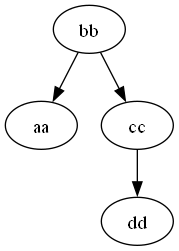
Before: pruebas/avl_usuarios.png, a diagram exported from Graphviz (matiuuh/-EDD-Proyecto1_202203009). Its source is kept beside it as pruebas/avl_usuarios.dot.
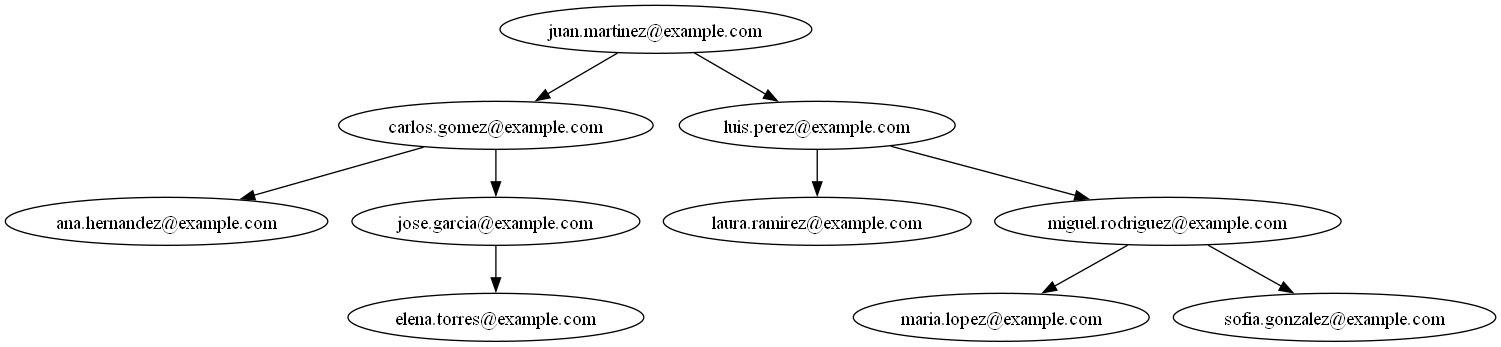
After the change.

What changed in the source:
```diff
@@ -1,9 +1,21 @@
 digraph G {
-Nodo0x297ad5a6e40[label = "bb"];
-Nodo0x297ad5a6e40->Nodo0x297ad5a6a80;
-Nodo0x297ad5a6e40->Nodo0x297ad5a6fc0;
-Nodo0x297ad5a6a80[label = "aa"];
-Nodo0x297ad5a6fc0[label = "cc"];
-Nodo0x297ad5a6fc0->Nodo0x297ad5a7230;
-Nodo0x297ad5a7230[label = "dd"];
+Nodo0x295976b5180[label = "juan.martinez@example.com"];
+Nodo0x295976b5180->Nodo0x295976b4b80;
+Nodo0x295976b5180->Nodo0x295976b4fa0;
+Nodo0x295976b4b80[label = "carlos.gomez@example.com"];
+Nodo0x295976b4b80->Nodo0x295976b52a0;
+Nodo0x295976b4b80->Nodo0x295976b52d0;
+Nodo0x295976b52a0[label = "ana.hernandez@example.com"];
+Nodo0x295976b52d0[label = "jose.garcia@example.com"];
+Nodo0x295976b52d0->Nodo0x295976b5210;
+Nodo0x295976b5210[label = "elena.torres@example.com"];
+Nodo0x295976b4fa0[label = "luis.perez@example.com"];
+Nodo0x295976b4fa0->Nodo0x295976b5150;
+Nodo0x295976b4fa0->Nodo0x295976b4c40;
+Nodo0x295976b5150[label = "laura.ramirez@example.com"];
+Nodo0x295976b4c40[label = "miguel.rodriguez@example.com"];
+Nodo0x295976b4c40->Nodo0x295976b4be0;
+Nodo0x295976b4c40->Nodo0x295976b5240;
+Nodo0x295976b4be0[label = "maria.lopez@example.com"];
+Nodo0x295976b5240[label = "sofia.gonzalez@example.com"];
 }
```
